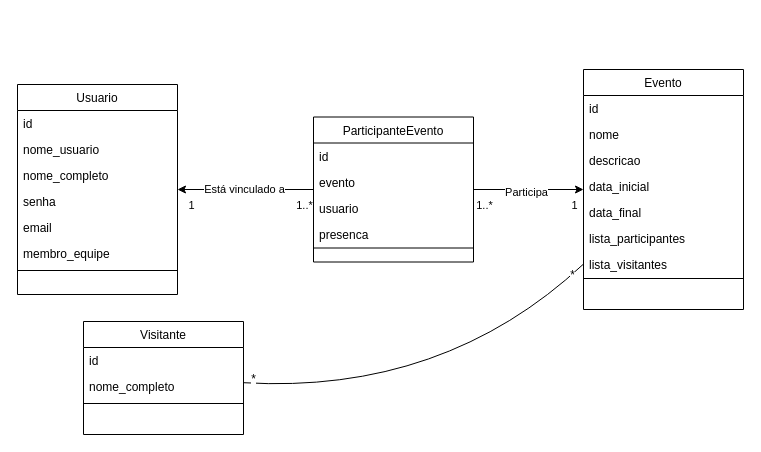
Earlier version of the draw.io diagram artefatos/srp_diagrama_classe.drawio (EricSantosdm/Sistema-de-Registro-de-Presenca-SRP). Source tidied: cells renumbered, new cells numbered last; positions are measured from the earlier drawing's top-left corner, leaving out a move shared by most shapes. Both pictures are drawn from the tidied source at 100%, with x=0, y=0 at pixel (17, 69).
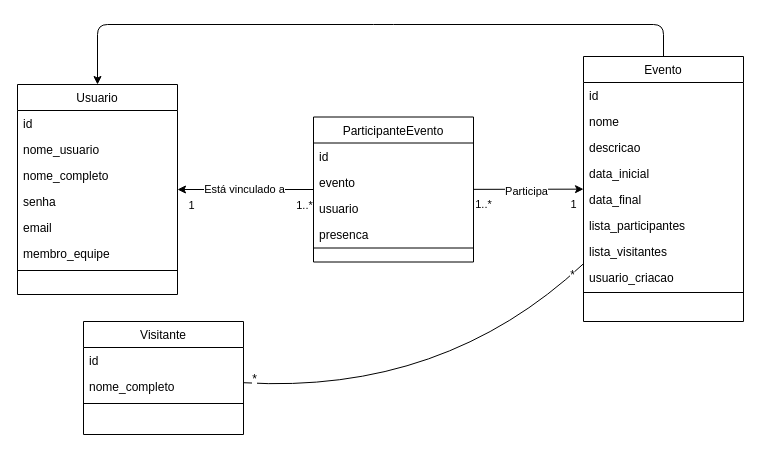
The same diagram, later.

Commit message:
Usuário de criação do evento

The change refers to these unchanged cells:
```xml
<mxCell id="14" value="Usuario" style="swimlane;fontStyle=0;align=center;verticalAlign=top;horizontal=1;startSize=26;rounded=0;shadow=0;strokeWidth=1;" parent="1" vertex="1">
  <mxGeometry y="15" width="160" height="210" as="geometry" />
</mxCell>
```

What changed in the source:
```diff
@@
+    <mxCell id="40" style="edgeStyle=none;html=1;" parent="1" edge="1" source="5" target="14">
+      <mxGeometry relative="1" as="geometry">
+        <Array as="points">
+          <mxPoint x="646" y="-45" />
+          <mxPoint x="366" y="-45" />
+          <mxPoint x="80" y="-45" />
+        </Array>
+      </mxGeometry>
+    </mxCell>
     <mxCell id="5" value="Evento" style="swimlane;fontStyle=0;align=center;verticalAlign=top;horizontal=1;startSize=26;rounded=0;shadow=0;strokeWidth=1;" parent="1" vertex="1">
-      <mxGeometry x="566" width="160" height="240" as="geometry" />
+      <mxGeometry x="566" y="-13" width="160" height="265" as="geometry" />
     </mxCell>
@@
+    <mxCell id="41" value="usuario_criacao" style="text;align=left;verticalAlign=top;spacingLeft=4;spacingRight=4;overflow=hidden;rounded=0;shadow=0;html=0;" parent="5" vertex="1">
+      <mxGeometry y="208" width="160" height="26" as="geometry" />
+    </mxCell>
     <mxCell id="13" style="line;html=1;strokeWidth=1;align=left;verticalAlign=middle;spacingTop=-1;spacingLeft=3;spacingRight=3;labelPosition=right;" parent="5" vertex="1">
-      <mxGeometry y="208" width="160" height="2" as="geometry" />
+      <mxGeometry y="234" width="160" height="4" as="geometry" />
     </mxCell>
```
